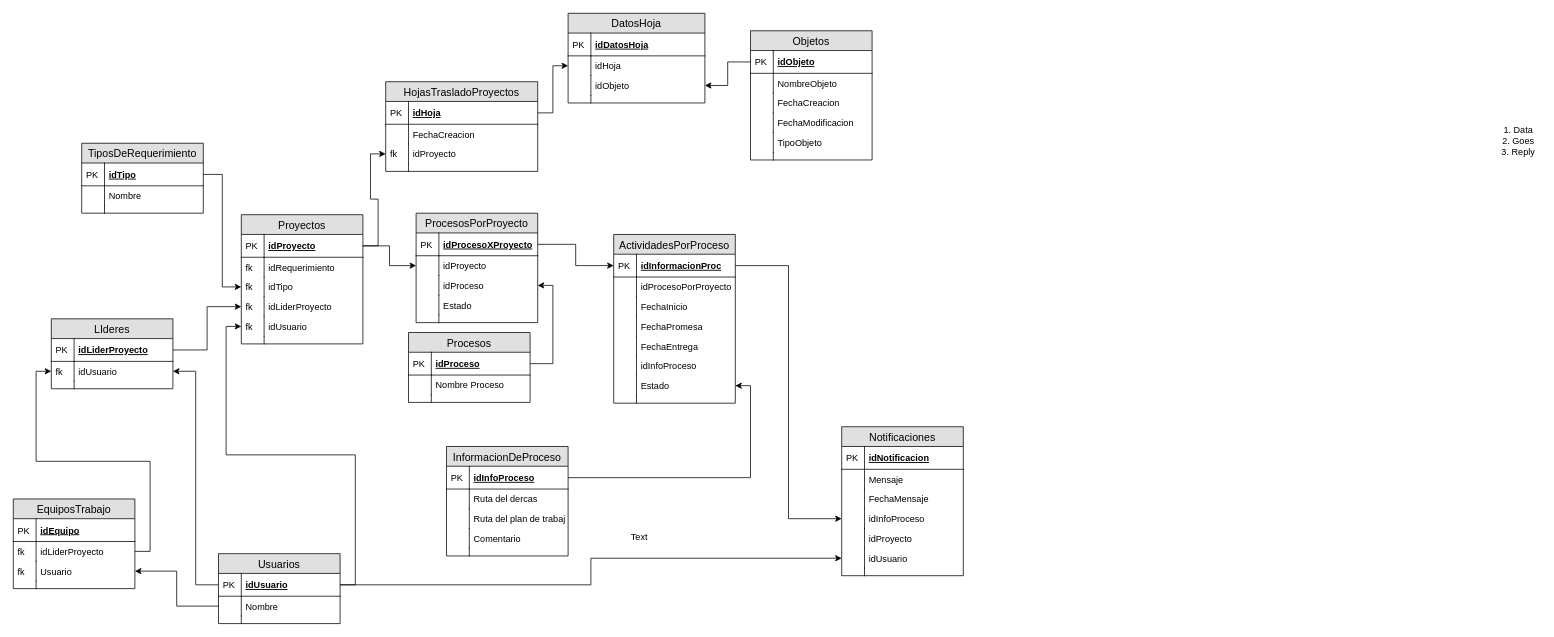
The draw.io diagram DiagramaNuevo.drawio in IrvinDevFlores/RequerimientosPro, before the edit. Source tidied: cells renumbered, new cells numbered last; positions are measured from the earlier drawing's top-left corner, leaving out a move shared by most shapes. Both pictures are drawn from the tidied source at 76%, with x=0, y=0 at pixel (13, 13).
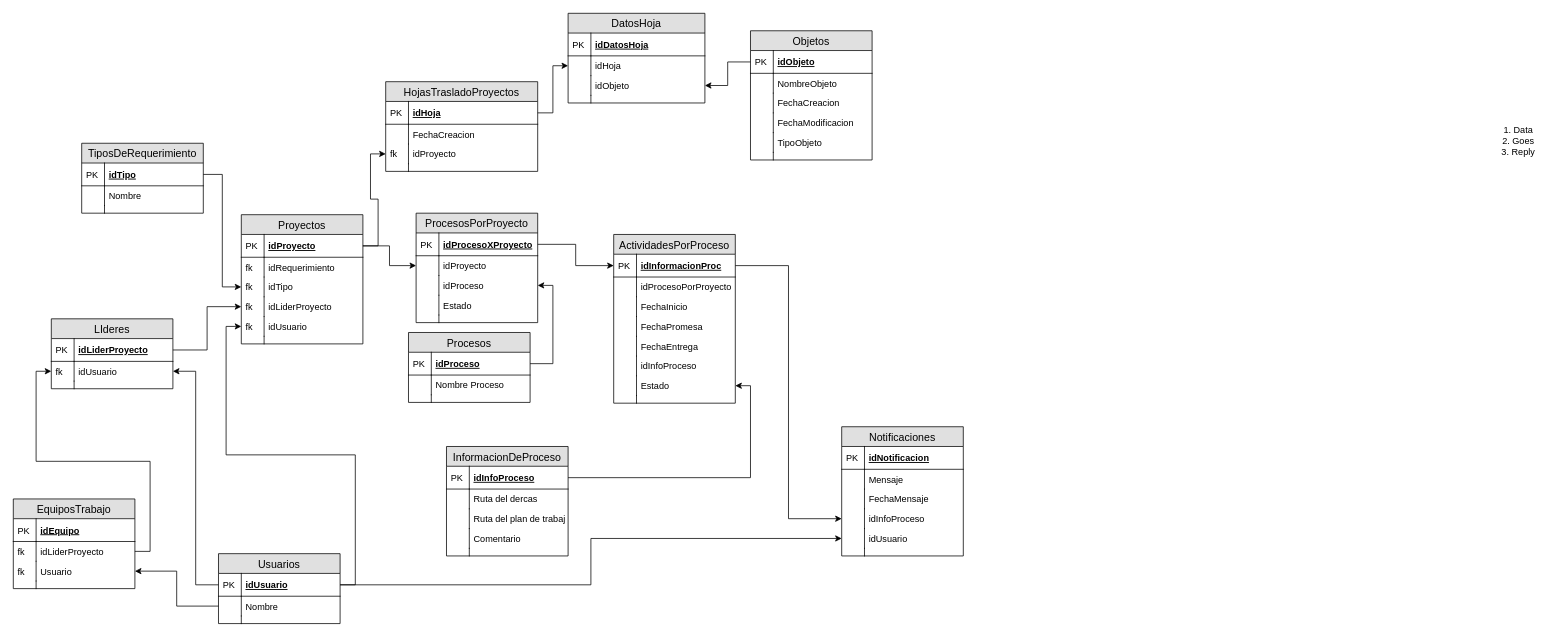
The same diagram, later.

Commit message:
El sabado estuve viendo este diagrama

What changed in the source:
```diff
@@
     <mxCell id="136" value="Notificaciones" style="swimlane;fontStyle=0;horizontal=1;startSize=26;fillColor=#e0e0e0;swimlaneFillColor=#ffffff;align=center;fontSize=14;" parent="1" vertex="1">
-      <mxGeometry x="1090" y="544" width="160" height="196" as="geometry" />
+      <mxGeometry x="1090" y="544" width="160" height="170" as="geometry" />
     </mxCell>
@@
-    <mxCell id="145" value="idProyecto" style="shape=partialRectangle;top=0;left=0;right=0;bottom=0;align=left;verticalAlign=top;fillColor=none;spacingLeft=34;spacingRight=4;overflow=hidden;fontSize=12;" parent="136" vertex="1">
-      <mxGeometry y="134" width="160" height="26" as="geometry" />
-    </mxCell>
-    <mxCell id="146" style="shape=partialRectangle;top=0;left=0;bottom=0;fillColor=none;align=left;verticalAlign=top;spacingLeft=4;spacingRight=4;overflow=hidden;fontSize=12;" parent="145" vertex="1">
-      <mxGeometry width="30" height="26" as="geometry" />
-    </mxCell>
     <mxCell id="147" value="idUsuario" style="shape=partialRectangle;top=0;left=0;right=0;bottom=0;align=left;verticalAlign=top;fillColor=none;spacingLeft=34;spacingRight=4;overflow=hidden;points=[[0,0.5],[1,0.5]];portConstraint=eastwest;fontSize=12;" parent="136" vertex="1">
-      <mxGeometry y="160" width="160" height="26" as="geometry" />
+      <mxGeometry y="134" width="160" height="26" as="geometry" />
     </mxCell>
@@
     <mxCell id="149" style="shape=partialRectangle;top=0;left=0;right=0;bottom=0;align=left;verticalAlign=top;fillColor=none;spacingLeft=34;spacingRight=4;overflow=hidden;fontSize=12;" parent="136" vertex="1">
-      <mxGeometry y="186" width="160" height="10" as="geometry" />
+      <mxGeometry y="160" width="160" height="10" as="geometry" />
     </mxCell>
@@
-    <mxCell id="153" value="Text" style="text;html=1;align=left;verticalAlign=top;spacingTop=-4;" parent="1" vertex="1">
-      <mxGeometry x="811" y="680" width="40" height="10" as="geometry" />
-    </mxCell>
```
